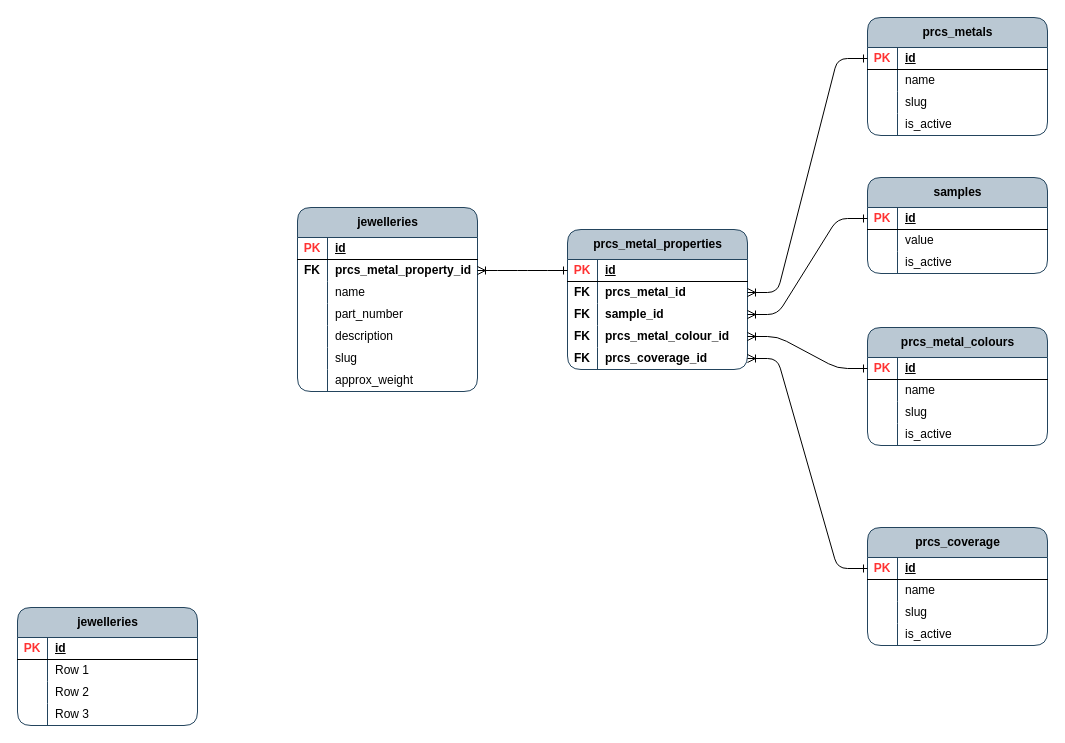
The draw.io diagram page "precious_metals" (5 of 5) of jewellery_items.drawio in acwstudio/app-ben-brumm, before the edit. Source tidied: cells renumbered, new cells numbered last; positions are measured from the earlier drawing's top-left corner, leaving out a move shared by most shapes. Both pictures are drawn from the tidied source at 100%, with x=0, y=0 at pixel (17, 17).
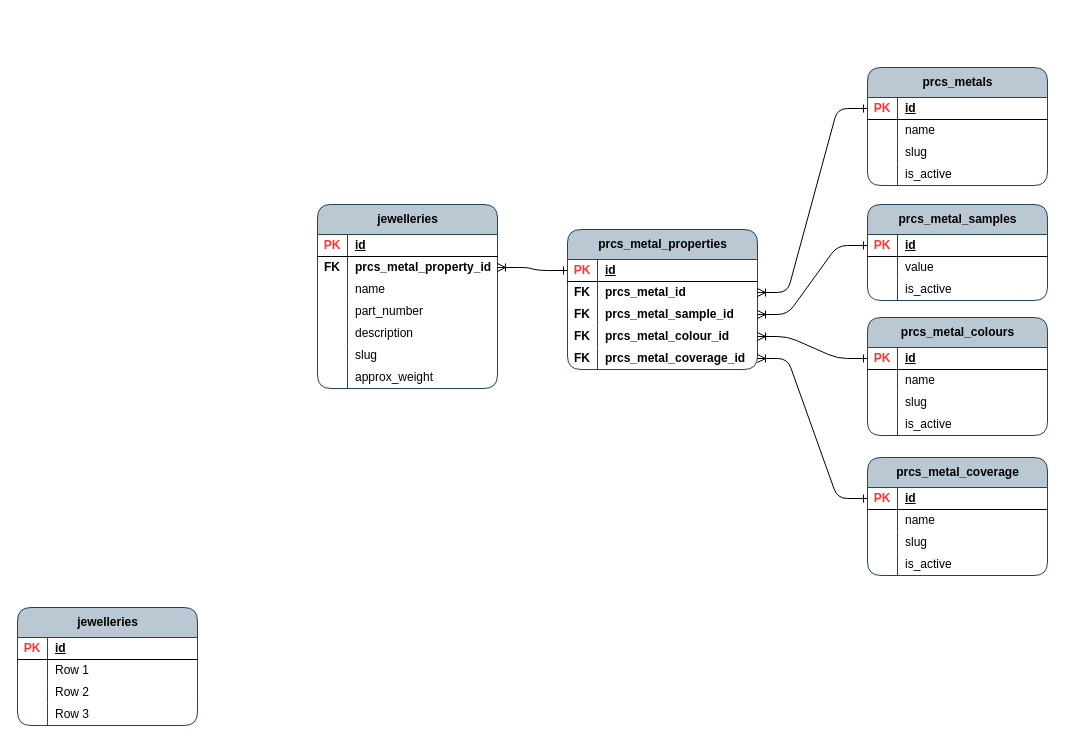
Above is the later version.

Diff of the diagram source:
```diff
@@
     <mxCell id="15" value="prcs_metal_properties" style="shape=table;startSize=30;childLayout=tableLayout;rowLines=0;fontStyle=1;align=center;html=1;rounded=1;swimlaneFillColor=none;fillColor=#bac8d3;strokeColor=#23445d;columnLines=1;arcSize=15;" parent="1" vertex="1">
-      <mxGeometry x="550" y="212" width="180" height="140" as="geometry" />
+      <mxGeometry x="550" y="212" width="190" height="140" as="geometry" />
     </mxCell>
     <mxCell id="16" style="shape=tableRow;horizontal=0;startSize=0;swimlaneHead=0;swimlaneBody=0;fillColor=none;points=[[0,0.5],[1,0.5]];portConstraint=eastwest;top=0;left=0;right=0;bottom=1;rounded=0;" parent="15" vertex="1">
-      <mxGeometry y="30" width="180" height="22" as="geometry" />
+      <mxGeometry y="30" width="190" height="22" as="geometry" />
     </mxCell>
@@
     <mxCell id="18" value="id" style="shape=partialRectangle;fillColor=none;top=0;left=0;bottom=0;right=0;align=left;spacingLeft=6;fontStyle=5;overflow=hidden;whiteSpace=wrap;html=1;" parent="16" vertex="1">
-      <mxGeometry x="30" width="150" height="22" as="geometry" />
+      <mxGeometry x="30" width="160" height="22" as="geometry" />
     </mxCell>
     <mxCell id="19" style="shape=tableRow;horizontal=0;startSize=0;swimlaneHead=0;swimlaneBody=0;fillColor=none;points=[[0,0.5],[1,0.5]];portConstraint=eastwest;top=0;left=0;right=0;bottom=0;rounded=0;" parent="15" vertex="1">
-      <mxGeometry y="52" width="180" height="22" as="geometry" />
+      <mxGeometry y="52" width="190" height="22" as="geometry" />
     </mxCell>
@@
     <mxCell id="21" value="&lt;b&gt;prcs_metal_id&lt;/b&gt;" style="shape=partialRectangle;fillColor=none;top=0;left=0;bottom=0;right=0;align=left;spacingLeft=6;overflow=hidden;whiteSpace=wrap;html=1;" parent="19" vertex="1">
-      <mxGeometry x="30" width="150" height="22" as="geometry" />
+      <mxGeometry x="30" width="160" height="22" as="geometry" />
     </mxCell>
     <mxCell id="22" style="shape=tableRow;horizontal=0;startSize=0;swimlaneHead=0;swimlaneBody=0;fillColor=none;points=[[0,0.5],[1,0.5]];portConstraint=eastwest;top=0;left=0;right=0;bottom=0;rounded=0;" parent="15" vertex="1">
-      <mxGeometry y="74" width="180" height="22" as="geometry" />
+      <mxGeometry y="74" width="190" height="22" as="geometry" />
     </mxCell>
@@
-    <mxCell id="24" value="&lt;b&gt;sample_id&lt;/b&gt;" style="shape=partialRectangle;fillColor=none;top=0;left=0;bottom=0;right=0;align=left;spacingLeft=6;overflow=hidden;whiteSpace=wrap;html=1;" parent="22" vertex="1">
-      <mxGeometry x="30" width="150" height="22" as="geometry" />
+    <mxCell id="24" value="&lt;b&gt;prcs_metal_sample_id&lt;/b&gt;" style="shape=partialRectangle;fillColor=none;top=0;left=0;bottom=0;right=0;align=left;spacingLeft=6;overflow=hidden;whiteSpace=wrap;html=1;" parent="22" vertex="1">
+      <mxGeometry x="30" width="160" height="22" as="geometry" />
     </mxCell>
     <mxCell id="25" style="shape=tableRow;horizontal=0;startSize=0;swimlaneHead=0;swimlaneBody=0;fillColor=none;points=[[0,0.5],[1,0.5]];portConstraint=eastwest;top=0;left=0;right=0;bottom=0;rounded=0;" parent="15" vertex="1">
-      <mxGeometry y="96" width="180" height="22" as="geometry" />
+      <mxGeometry y="96" width="190" height="22" as="geometry" />
     </mxCell>
@@
     <mxCell id="27" value="&lt;b&gt;prcs_metal_colour_id&lt;/b&gt;" style="shape=partialRectangle;fillColor=none;top=0;left=0;bottom=0;right=0;align=left;spacingLeft=6;overflow=hidden;whiteSpace=wrap;html=1;" parent="25" vertex="1">
-      <mxGeometry x="30" width="150" height="22" as="geometry" />
+      <mxGeometry x="30" width="160" height="22" as="geometry" />
     </mxCell>
     <mxCell id="28" style="shape=tableRow;horizontal=0;startSize=0;swimlaneHead=0;swimlaneBody=0;fillColor=none;points=[[0,0.5],[1,0.5]];portConstraint=eastwest;top=0;left=0;right=0;bottom=0;rounded=0;" parent="15" vertex="1">
-      <mxGeometry y="118" width="180" height="22" as="geometry" />
+      <mxGeometry y="118" width="190" height="22" as="geometry" />
     </mxCell>
@@
-    <mxCell id="30" value="&lt;b&gt;prcs_coverage_id&lt;/b&gt;" style="shape=partialRectangle;fillColor=none;top=0;left=0;bottom=0;right=0;align=left;spacingLeft=6;overflow=hidden;whiteSpace=wrap;html=1;" parent="28" vertex="1">
-      <mxGeometry x="30" width="150" height="22" as="geometry" />
+    <mxCell id="30" value="&lt;b&gt;prcs_metal_coverage_id&lt;/b&gt;" style="shape=partialRectangle;fillColor=none;top=0;left=0;bottom=0;right=0;align=left;spacingLeft=6;overflow=hidden;whiteSpace=wrap;html=1;" parent="28" vertex="1">
+      <mxGeometry x="30" width="160" height="22" as="geometry" />
     </mxCell>
     <mxCell id="31" value="prcs_metal_colours" style="shape=table;startSize=30;childLayout=tableLayout;rowLines=0;fontStyle=1;align=center;html=1;rounded=1;swimlaneFillColor=none;fillColor=#bac8d3;strokeColor=#23445d;columnLines=1;arcSize=15;" parent="1" vertex="1">
-      <mxGeometry x="850" y="310" width="180" height="118" as="geometry" />
+      <mxGeometry x="850" y="300" width="180" height="118" as="geometry" />
     </mxCell>
@@
-    <mxCell id="44" value="samples" style="shape=table;startSize=30;childLayout=tableLayout;rowLines=0;fontStyle=1;align=center;html=1;rounded=1;swimlaneFillColor=none;fillColor=#bac8d3;strokeColor=#23445d;columnLines=1;arcSize=15;" parent="1" vertex="1">
-      <mxGeometry x="850" y="160" width="180" height="96" as="geometry" />
+    <mxCell id="44" value="prcs_metal_samples" style="shape=table;startSize=30;childLayout=tableLayout;rowLines=0;fontStyle=1;align=center;html=1;rounded=1;swimlaneFillColor=none;fillColor=#bac8d3;strokeColor=#23445d;columnLines=1;arcSize=15;" parent="1" vertex="1">
+      <mxGeometry x="850" y="187" width="180" height="96" as="geometry" />
     </mxCell>
@@
     <mxCell id="56" value="prcs_metals" style="shape=table;startSize=30;childLayout=tableLayout;rowLines=0;fontStyle=1;align=center;html=1;rounded=1;swimlaneFillColor=none;fillColor=#bac8d3;strokeColor=#23445d;columnLines=1;arcSize=15;" parent="1" vertex="1">
-      <mxGeometry x="850" width="180" height="118" as="geometry" />
+      <mxGeometry x="850" y="50" width="180" height="118" as="geometry" />
     </mxCell>
@@
-    <mxCell id="70" value="prcs_coverage" style="shape=table;startSize=30;childLayout=tableLayout;rowLines=0;fontStyle=1;align=center;html=1;rounded=1;swimlaneFillColor=none;fillColor=#bac8d3;strokeColor=#23445d;columnLines=1;arcSize=15;" parent="1" vertex="1">
-      <mxGeometry x="850" y="510" width="180" height="118" as="geometry" />
+    <mxCell id="70" value="prcs_metal_coverage" style="shape=table;startSize=30;childLayout=tableLayout;rowLines=0;fontStyle=1;align=center;html=1;rounded=1;swimlaneFillColor=none;fillColor=#bac8d3;strokeColor=#23445d;columnLines=1;arcSize=15;" parent="1" vertex="1">
+      <mxGeometry x="850" y="440" width="180" height="118" as="geometry" />
     </mxCell>
@@
     <mxCell id="84" value="jewelleries" style="shape=table;startSize=30;childLayout=tableLayout;rowLines=0;fontStyle=1;align=center;html=1;rounded=1;swimlaneFillColor=none;fillColor=#bac8d3;strokeColor=#23445d;columnLines=1;arcSize=15;" parent="1" vertex="1">
-      <mxGeometry x="280" y="190" width="180" height="184" as="geometry" />
+      <mxGeometry x="300" y="187" width="180" height="184" as="geometry" />
     </mxCell>
```
